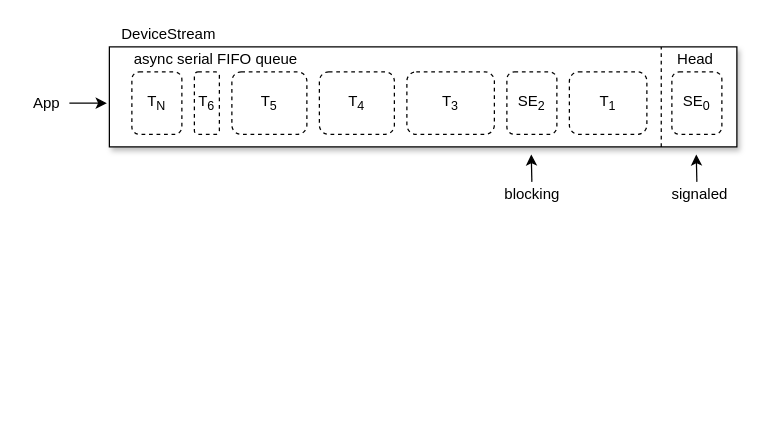
astrotuna201/ntf keeps this draw.io diagram as Docs/Diagrams/MultiStreamSync.drawio. Above is the earlier version. Source tidied: cells renumbered, new cells numbered last; positions are measured from the earlier drawing's top-left corner, leaving out a move shared by most shapes. Both pictures are drawn from the tidied source at 125%, with x=0, y=0 at pixel (21, 21).
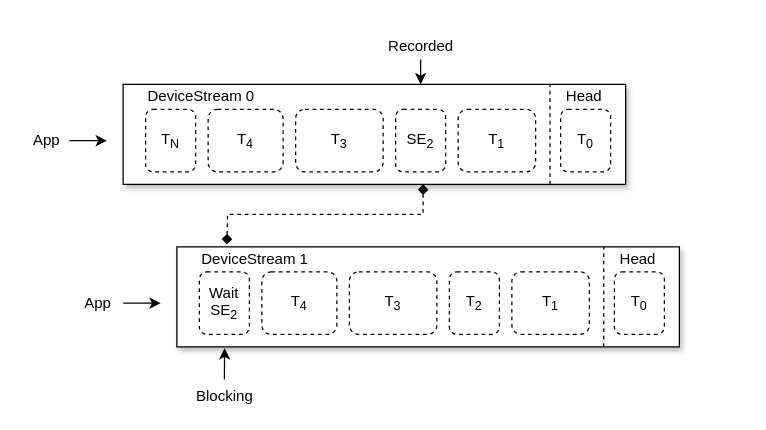
The same diagram, later.

Diff of the diagram source:
```diff
@@
-    <mxCell id="2" value="DeviceStream" style="text;html=1;strokeColor=none;fillColor=none;align=left;verticalAlign=middle;whiteSpace=wrap;rounded=0;" parent="1" vertex="1">
-      <mxGeometry x="78" width="80" height="20" as="geometry" />
-    </mxCell>
     <mxCell id="3" value="App" style="text;html=1;strokeColor=none;fillColor=none;align=center;verticalAlign=middle;whiteSpace=wrap;rounded=0;dashed=1;" parent="1" vertex="1">
-      <mxGeometry y="55" width="40" height="20" as="geometry" />
+      <mxGeometry y="85" width="40" height="20" as="geometry" />
     </mxCell>
+    <mxCell id="21" style="edgeStyle=orthogonalEdgeStyle;rounded=0;jettySize=auto;html=1;exitX=0.597;exitY=1;exitDx=0;exitDy=0;exitPerimeter=0;endArrow=diamond;endFill=1;startArrow=diamond;startFill=1;dashed=1;" parent="1" edge="1" source="5">
+      <mxGeometry relative="1" as="geometry">
+        <mxPoint x="164" y="178" as="targetPoint" />
+      </mxGeometry>
+    </mxCell>
+    <mxCell id="19" value="Recorded&lt;br&gt;" style="text;html=1;points=[];align=center;verticalAlign=top;spacingTop=-4;" parent="1" vertex="1">
+      <mxGeometry x="284" y="10" width="70" height="20" as="geometry" />
+    </mxCell>
+    <mxCell id="22" style="group;" parent="1" vertex="1">
+      <mxGeometry x="38" y="50" width="445" height="80" as="geometry" />
+    </mxCell>
-    <mxCell id="4" style="endArrow=classic;html=1;" parent="1" edge="1">
+    <mxCell id="4" style="endArrow=classic;html=1;" parent="22" edge="1">
       <mxGeometry relative="1" as="geometry">
-        <mxPoint x="38" y="65" as="sourcePoint" />
-        <mxPoint x="68" y="65" as="targetPoint" />
+        <mxPoint y="45" as="sourcePoint" />
+        <mxPoint x="30" y="45" as="targetPoint" />
       </mxGeometry>
     </mxCell>
-    <mxCell id="5" style="rounded=0;whiteSpace=wrap;html=1;shadow=1;" parent="1" vertex="1">
-      <mxGeometry x="70" y="20" width="502" height="80" as="geometry" />
+    <mxCell id="5" style="rounded=0;whiteSpace=wrap;html=1;shadow=1;" parent="22" vertex="1">
+      <mxGeometry x="43" width="402" height="80" as="geometry" />
     </mxCell>
-    <mxCell id="6" value="async serial FIFO queue" style="text;html=1;strokeColor=none;fillColor=none;align=left;verticalAlign=middle;whiteSpace=wrap;rounded=0;" parent="1" vertex="1">
-      <mxGeometry x="88" y="20" width="140" height="20" as="geometry" />
+    <mxCell id="6" value="DeviceStream 0" style="text;html=1;strokeColor=none;fillColor=none;align=left;verticalAlign=middle;whiteSpace=wrap;rounded=0;" parent="22" vertex="1">
+      <mxGeometry x="61" width="140" height="20" as="geometry" />
     </mxCell>
-    <mxCell id="7" value="SE&lt;sub&gt;0&lt;/sub&gt;" style="text;html=1;strokeColor=#000000;fillColor=none;align=center;verticalAlign=middle;whiteSpace=wrap;rounded=1;dashed=1;" parent="1" vertex="1">
-      <mxGeometry x="520" y="40" width="40" height="50" as="geometry" />
+    <mxCell id="7" value="T&lt;sub&gt;0&lt;/sub&gt;" style="text;html=1;strokeColor=#000000;fillColor=none;align=center;verticalAlign=middle;whiteSpace=wrap;rounded=1;dashed=1;" parent="22" vertex="1">
+      <mxGeometry x="393" y="20" width="40" height="50" as="geometry" />
     </mxCell>
-    <mxCell id="8" value="T&lt;sub&gt;1&lt;/sub&gt;" style="text;html=1;strokeColor=#000000;fillColor=none;align=center;verticalAlign=middle;whiteSpace=wrap;rounded=1;dashed=1;" parent="1" vertex="1">
-      <mxGeometry x="438" y="40" width="62" height="50" as="geometry" />
+    <mxCell id="8" value="T&lt;sub&gt;1&lt;/sub&gt;" style="text;html=1;strokeColor=#000000;fillColor=none;align=center;verticalAlign=middle;whiteSpace=wrap;rounded=1;dashed=1;" parent="22" vertex="1">
+      <mxGeometry x="311" y="20" width="62" height="50" as="geometry" />
     </mxCell>
-    <mxCell id="9" value="T&lt;sub&gt;3&lt;/sub&gt;" style="text;html=1;strokeColor=#000000;fillColor=none;align=center;verticalAlign=middle;whiteSpace=wrap;rounded=1;dashed=1;" parent="1" vertex="1">
-      <mxGeometry x="308" y="40" width="70" height="50" as="geometry" />
+    <mxCell id="9" value="T&lt;sub&gt;3&lt;/sub&gt;" style="text;html=1;strokeColor=#000000;fillColor=none;align=center;verticalAlign=middle;whiteSpace=wrap;rounded=1;dashed=1;" parent="22" vertex="1">
+      <mxGeometry x="181" y="20" width="70" height="50" as="geometry" />
     </mxCell>
-    <mxCell id="10" value="T&lt;sub&gt;4&lt;/sub&gt;" style="text;html=1;strokeColor=#000000;fillColor=none;align=center;verticalAlign=middle;whiteSpace=wrap;rounded=1;dashed=1;" parent="1" vertex="1">
-      <mxGeometry x="238" y="40" width="60" height="50" as="geometry" />
+    <mxCell id="10" value="T&lt;sub&gt;4&lt;/sub&gt;" style="text;html=1;strokeColor=#000000;fillColor=none;align=center;verticalAlign=middle;whiteSpace=wrap;rounded=1;dashed=1;" parent="22" vertex="1">
+      <mxGeometry x="111" y="20" width="60" height="50" as="geometry" />
     </mxCell>
-    <mxCell id="11" value="T&lt;sub&gt;5&lt;/sub&gt;" style="text;html=1;strokeColor=#000000;fillColor=none;align=center;verticalAlign=middle;whiteSpace=wrap;rounded=1;dashed=1;" parent="1" vertex="1">
-      <mxGeometry x="168" y="40" width="60" height="50" as="geometry" />
-    </mxCell>
-    <mxCell id="12" value="T&lt;sub&gt;6&lt;/sub&gt;" style="text;html=1;strokeColor=#000000;fillColor=none;align=center;verticalAlign=middle;whiteSpace=wrap;rounded=1;dashed=1;" parent="1" vertex="1">
-      <mxGeometry x="138" y="40" width="20" height="50" as="geometry" />
-    </mxCell>
-    <mxCell id="13" value="T&lt;sub&gt;N&lt;/sub&gt;" style="text;html=1;strokeColor=#000000;fillColor=none;align=center;verticalAlign=middle;whiteSpace=wrap;rounded=1;dashed=1;" parent="1" vertex="1">
-      <mxGeometry x="88" y="40" width="40" height="50" as="geometry" />
+    <mxCell id="13" value="T&lt;sub&gt;N&lt;/sub&gt;" style="text;html=1;strokeColor=#000000;fillColor=none;align=center;verticalAlign=middle;whiteSpace=wrap;rounded=1;dashed=1;" parent="22" vertex="1">
+      <mxGeometry x="61" y="20" width="40" height="50" as="geometry" />
     </mxCell>
-    <mxCell id="14" value="SE&lt;sub&gt;2&lt;/sub&gt;" style="text;html=1;strokeColor=#000000;fillColor=none;align=center;verticalAlign=middle;whiteSpace=wrap;rounded=1;dashed=1;" parent="1" vertex="1">
-      <mxGeometry x="388" y="40" width="40" height="50" as="geometry" />
+    <mxCell id="14" value="SE&lt;sub&gt;2&lt;/sub&gt;" style="text;html=1;strokeColor=#000000;fillColor=none;align=center;verticalAlign=middle;whiteSpace=wrap;rounded=1;dashed=1;" parent="22" vertex="1">
+      <mxGeometry x="261" y="20" width="40" height="50" as="geometry" />
     </mxCell>
-    <mxCell id="15" style="endArrow=none;dashed=1;html=1;" parent="1" edge="1">
+    <mxCell id="15" style="endArrow=none;dashed=1;html=1;" parent="22" edge="1">
       <mxGeometry relative="1" as="geometry">
-        <mxPoint x="511.5" y="100" as="sourcePoint" />
-        <mxPoint x="511.5" y="20" as="targetPoint" />
+        <mxPoint x="384.5" y="80" as="sourcePoint" />
+        <mxPoint x="384.5" as="targetPoint" />
       </mxGeometry>
     </mxCell>
-    <mxCell id="16" value="&lt;div style=&quot;text-align: center&quot;&gt;&lt;span&gt;Head&lt;/span&gt;&lt;/div&gt;" style="text;html=1;strokeColor=none;fillColor=none;align=center;verticalAlign=middle;whiteSpace=wrap;rounded=0;" parent="1" vertex="1">
-      <mxGeometry x="520" y="20" width="38" height="20" as="geometry" />
+    <mxCell id="16" value="&lt;div style=&quot;text-align: center&quot;&gt;&lt;span&gt;Head&lt;/span&gt;&lt;/div&gt;" style="text;html=1;strokeColor=none;fillColor=none;align=center;verticalAlign=middle;whiteSpace=wrap;rounded=0;" parent="22" vertex="1">
+      <mxGeometry x="393" width="38" height="20" as="geometry" />
     </mxCell>
-    <mxCell id="17" value="signaled&lt;br&gt;" style="text;html=1;align=center;verticalAlign=top;spacingTop=-4;" parent="1" vertex="1">
-      <mxGeometry x="512" y="128" width="60" height="20" as="geometry" />
-    </mxCell>
-    <mxCell id="18" style="endArrow=classic;html=1;" parent="1" edge="1">
-      <mxGeometry relative="1" as="geometry">
-        <mxPoint x="540" y="128" as="sourcePoint" />
-        <mxPoint x="539.5" y="106" as="targetPoint" />
-      </mxGeometry>
-    </mxCell>
-    <mxCell id="19" value="blocking&lt;br&gt;" style="text;html=1;points=[];align=center;verticalAlign=top;spacingTop=-4;" parent="1" vertex="1">
-      <mxGeometry x="378" y="128" width="60" height="20" as="geometry" />
-    </mxCell>
-    <mxCell id="20" style="endArrow=classic;html=1;" parent="1" edge="1">
-      <mxGeometry relative="1" as="geometry">
-        <mxPoint x="408" y="128" as="sourcePoint" />
-        <mxPoint x="407.5" y="106" as="targetPoint" />
-      </mxGeometry>
-    </mxCell>
+    <mxCell id="23" value="App" style="text;html=1;strokeColor=none;fillColor=none;align=center;verticalAlign=middle;whiteSpace=wrap;rounded=0;dashed=1;" parent="1" vertex="1">
+      <mxGeometry x="41" y="215" width="40" height="20" as="geometry" />
+    </mxCell>
+    <mxCell id="24" style="edgeStyle=orthogonalEdgeStyle;rounded=0;jettySize=auto;html=1;startArrow=none;startFill=0;endArrow=classic;endFill=1;entryX=0.095;entryY=1.013;entryDx=0;entryDy=0;entryPerimeter=0;exitX=0.5;exitY=-0.2;exitDx=0;exitDy=0;exitPerimeter=0;" parent="1" edge="1" source="25" target="27">
+      <mxGeometry relative="1" as="geometry" />
+    </mxCell>
+    <mxCell id="25" value="Blocking" style="text;html=1;points=[];align=center;verticalAlign=top;spacingTop=-4;" parent="1" vertex="1">
+      <mxGeometry x="132" y="290" width="60" height="20" as="geometry" />
+    </mxCell>
+    <mxCell id="26" style="endArrow=classic;html=1;" parent="1" edge="1">
+      <mxGeometry relative="1" as="geometry">
+        <mxPoint x="81" y="225" as="sourcePoint" />
+        <mxPoint x="111" y="225" as="targetPoint" />
+      </mxGeometry>
+    </mxCell>
+    <mxCell id="27" style="rounded=0;whiteSpace=wrap;html=1;shadow=1;" parent="1" vertex="1">
+      <mxGeometry x="124" y="180" width="402" height="80" as="geometry" />
+    </mxCell>
+    <mxCell id="28" value="DeviceStream 1" style="text;html=1;strokeColor=none;fillColor=none;align=left;verticalAlign=middle;whiteSpace=wrap;rounded=0;" parent="1" vertex="1">
+      <mxGeometry x="142" y="180" width="140" height="20" as="geometry" />
+    </mxCell>
+    <mxCell id="29" value="T&lt;sub&gt;0&lt;/sub&gt;" style="text;html=1;strokeColor=#000000;fillColor=none;align=center;verticalAlign=middle;whiteSpace=wrap;rounded=1;dashed=1;" parent="1" vertex="1">
+      <mxGeometry x="474" y="200" width="40" height="50" as="geometry" />
+    </mxCell>
+    <mxCell id="30" value="T&lt;sub&gt;1&lt;/sub&gt;" style="text;html=1;strokeColor=#000000;fillColor=none;align=center;verticalAlign=middle;whiteSpace=wrap;rounded=1;dashed=1;" parent="1" vertex="1">
+      <mxGeometry x="392" y="200" width="62" height="50" as="geometry" />
+    </mxCell>
+    <mxCell id="31" value="T&lt;sub&gt;3&lt;/sub&gt;" style="text;html=1;strokeColor=#000000;fillColor=none;align=center;verticalAlign=middle;whiteSpace=wrap;rounded=1;dashed=1;" parent="1" vertex="1">
+      <mxGeometry x="262" y="200" width="70" height="50" as="geometry" />
+    </mxCell>
+    <mxCell id="32" value="T&lt;sub&gt;4&lt;/sub&gt;" style="text;html=1;strokeColor=#000000;fillColor=none;align=center;verticalAlign=middle;whiteSpace=wrap;rounded=1;dashed=1;" parent="1" vertex="1">
+      <mxGeometry x="192" y="200" width="60" height="50" as="geometry" />
+    </mxCell>
+    <mxCell id="33" value="Wait&lt;br&gt;SE&lt;sub&gt;2&lt;/sub&gt;&lt;br&gt;" style="text;html=1;strokeColor=#000000;fillColor=none;align=center;verticalAlign=middle;whiteSpace=wrap;rounded=1;dashed=1;" parent="1" vertex="1">
+      <mxGeometry x="142" y="200" width="40" height="50" as="geometry" />
+    </mxCell>
+    <mxCell id="34" value="T&lt;sub&gt;2&lt;/sub&gt;" style="text;html=1;strokeColor=#000000;fillColor=none;align=center;verticalAlign=middle;whiteSpace=wrap;rounded=1;dashed=1;" parent="1" vertex="1">
+      <mxGeometry x="342" y="200" width="40" height="50" as="geometry" />
+    </mxCell>
+    <mxCell id="35" style="endArrow=none;dashed=1;html=1;" parent="1" edge="1">
+      <mxGeometry relative="1" as="geometry">
+        <mxPoint x="465.5" y="260" as="sourcePoint" />
+        <mxPoint x="465.5" y="180" as="targetPoint" />
+      </mxGeometry>
+    </mxCell>
+    <mxCell id="36" value="&lt;div style=&quot;text-align: center&quot;&gt;&lt;span&gt;Head&lt;/span&gt;&lt;/div&gt;" style="text;html=1;strokeColor=none;fillColor=none;align=center;verticalAlign=middle;whiteSpace=wrap;rounded=0;" parent="1" vertex="1">
+      <mxGeometry x="474" y="180" width="38" height="20" as="geometry" />
+    </mxCell>
+    <mxCell id="37" style="edgeStyle=orthogonalEdgeStyle;rounded=0;jettySize=auto;html=1;startArrow=none;startFill=0;endArrow=classic;endFill=1;" parent="1" edge="1" source="19">
+      <mxGeometry relative="1" as="geometry">
+        <mxPoint x="319" y="50" as="targetPoint" />
+      </mxGeometry>
+    </mxCell>
```
